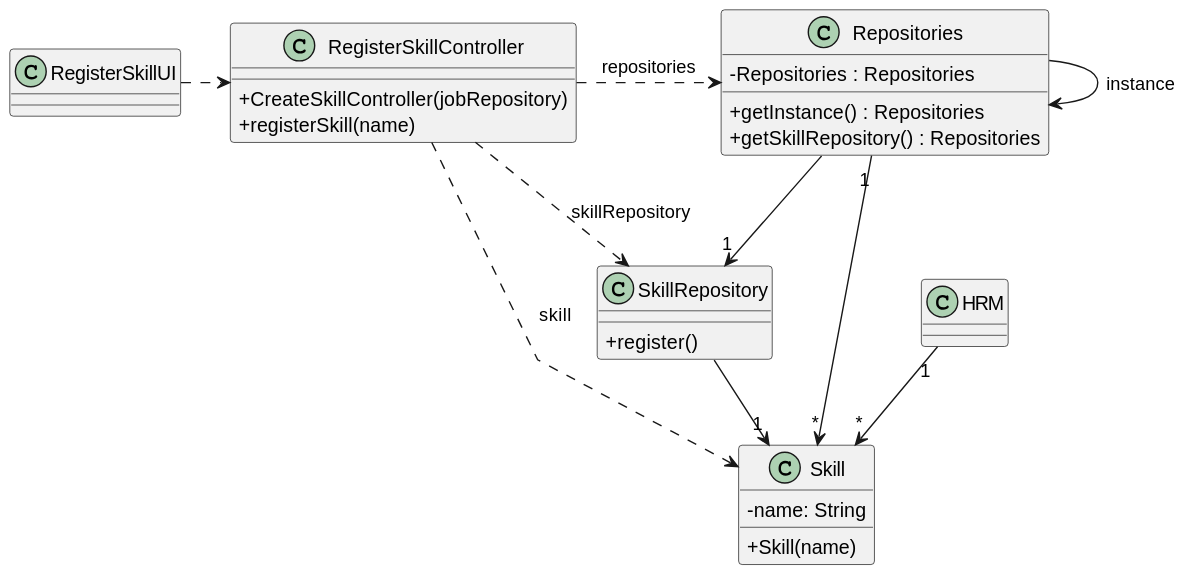
Above: docs/sprintB/us001/03.design/svg/us001-class-diagram.svg in diogoveirospro/lei-24-s2-1dg-g072 (PlantUML), before the change.
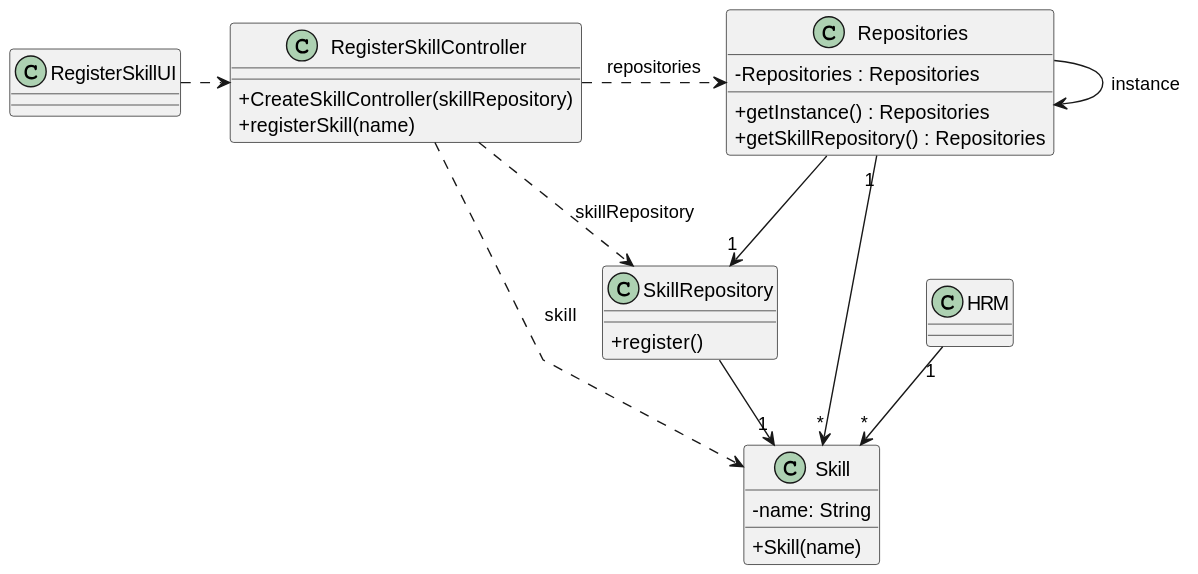
The same diagram one commit later.

Commit message:
Changed US08 class diagram

Diff of the diagram source:
```diff
@@ -20,7 +20,7 @@
 }
 
 class RegisterSkillController {
-    + CreateSkillController(jobRepository)
+    + CreateSkillController(skillRepository)
     + registerSkill(name)
 }
 
```
